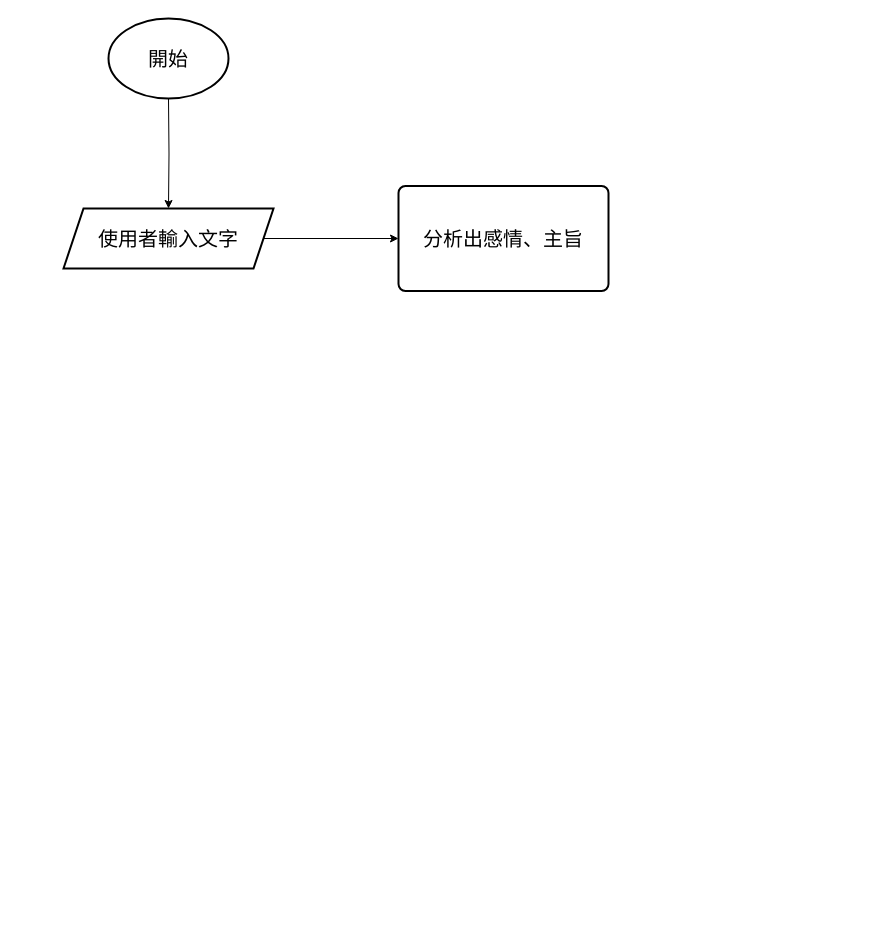
Above: 專案流程圖.drawio in storytellerplatform/storyteller_flowchart (draw.io), before the change. Source tidied: cells renumbered, new cells numbered last; positions are measured from the earlier drawing's top-left corner, leaving out a move shared by most shapes. Both pictures are drawn from the tidied source at 100%, with x=0, y=0 at pixel (63, 18).
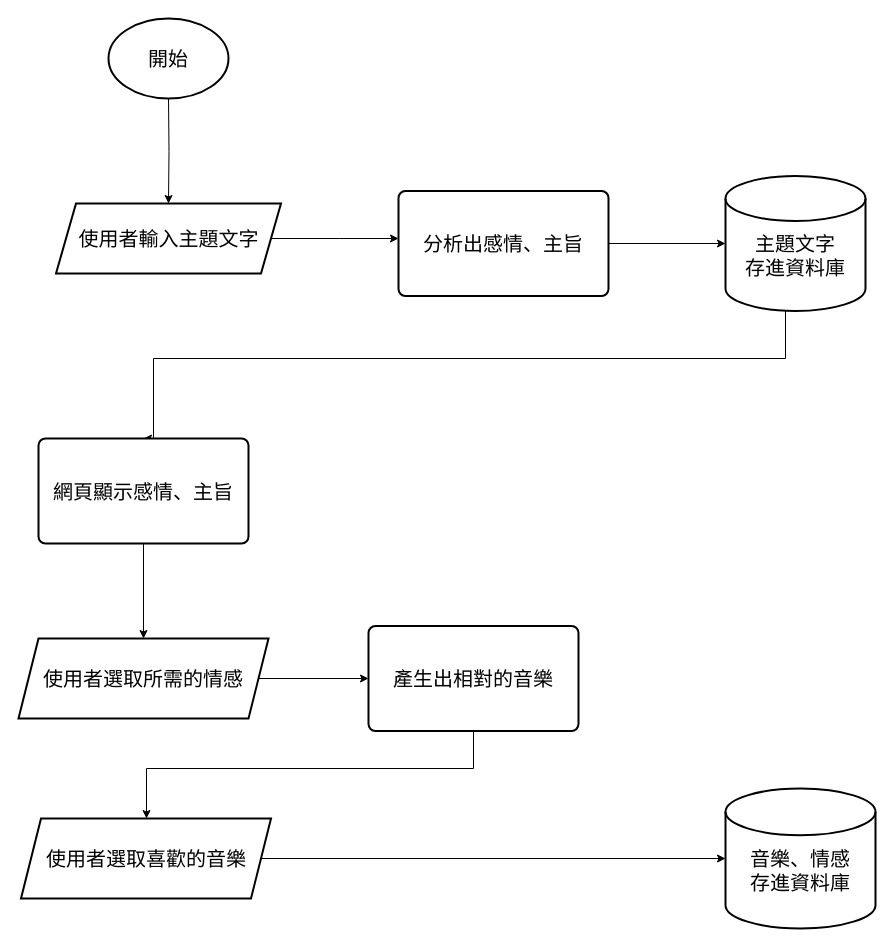
After the change.

Commit message:
更新專案流程圖.drawio

The edit, as a diff of the source:
```diff
@@
-    <mxCell id="4" value="&lt;font style=&quot;font-size: 20px;&quot;&gt;使用者輸入文字&lt;/font&gt;" style="shape=parallelogram;perimeter=parallelogramPerimeter;whiteSpace=wrap;html=1;fixedSize=1;strokeWidth=2;" parent="1" vertex="1">
-      <mxGeometry y="190" width="210" height="60" as="geometry" />
+    <mxCell id="4" value="&lt;font style=&quot;font-size: 20px;&quot;&gt;使用者輸入主題文字&lt;/font&gt;" style="shape=parallelogram;perimeter=parallelogramPerimeter;whiteSpace=wrap;html=1;fixedSize=1;strokeWidth=2;" parent="1" vertex="1">
+      <mxGeometry x="-7.5" y="185" width="225" height="70" as="geometry" />
     </mxCell>
+    <mxCell id="7" style="edgeStyle=orthogonalEdgeStyle;rounded=0;jettySize=auto;html=1;" parent="1" edge="1" source="5" target="9">
+      <mxGeometry relative="1" as="geometry" />
+    </mxCell>
     <mxCell id="5" value="&lt;font style=&quot;font-size: 20px;&quot;&gt;分析出感情、主旨&lt;br&gt;&lt;/font&gt;" style="rounded=1;whiteSpace=wrap;html=1;absoluteArcSize=1;arcSize=14;strokeWidth=2;" parent="1" vertex="1">
-      <mxGeometry x="335" y="167.5" width="210" height="105" as="geometry" />
+      <mxGeometry x="335" y="172.5" width="210" height="105" as="geometry" />
     </mxCell>
@@
+    <mxCell id="8" style="edgeStyle=orthogonalEdgeStyle;rounded=0;jettySize=auto;html=1;entryX=0.5;entryY=0;entryDx=0;entryDy=0;" parent="1" edge="1" source="9" target="11">
+      <mxGeometry relative="1" as="geometry">
+        <Array as="points">
+          <mxPoint x="722" y="340" />
+          <mxPoint x="90" y="340" />
+          <mxPoint x="90" y="420" />
+        </Array>
+      </mxGeometry>
+    </mxCell>
+    <mxCell id="9" value="&lt;font style=&quot;font-size: 20px;&quot;&gt;&lt;br&gt;主題文字&lt;br&gt;存進資料庫&lt;/font&gt;" style="strokeWidth=2;html=1;shape=mxgraph.flowchart.database;whiteSpace=wrap;" parent="1" vertex="1">
+      <mxGeometry x="662" y="157.5" width="140" height="135" as="geometry" />
+    </mxCell>
+    <mxCell id="10" style="edgeStyle=orthogonalEdgeStyle;rounded=0;jettySize=auto;html=1;" parent="1" edge="1" source="11" target="13">
+      <mxGeometry relative="1" as="geometry" />
+    </mxCell>
+    <mxCell id="11" value="&lt;font style=&quot;font-size: 20px;&quot;&gt;網頁顯示感情、主旨&lt;br&gt;&lt;/font&gt;" style="rounded=1;whiteSpace=wrap;html=1;absoluteArcSize=1;arcSize=14;strokeWidth=2;" parent="1" vertex="1">
+      <mxGeometry x="-25" y="420" width="210" height="105" as="geometry" />
+    </mxCell>
+    <mxCell id="12" style="edgeStyle=orthogonalEdgeStyle;rounded=0;jettySize=auto;html=1;" parent="1" edge="1" source="13" target="15">
+      <mxGeometry relative="1" as="geometry" />
+    </mxCell>
+    <mxCell id="13" value="&lt;font style=&quot;font-size: 20px;&quot;&gt;使用者選取所需的情感&lt;/font&gt;" style="shape=parallelogram;perimeter=parallelogramPerimeter;whiteSpace=wrap;html=1;fixedSize=1;strokeWidth=2;" parent="1" vertex="1">
+      <mxGeometry x="-45" y="620" width="250" height="80" as="geometry" />
+    </mxCell>
+    <mxCell id="14" style="edgeStyle=orthogonalEdgeStyle;rounded=0;jettySize=auto;html=1;" parent="1" edge="1" source="15" target="17">
+      <mxGeometry relative="1" as="geometry">
+        <Array as="points">
+          <mxPoint x="410" y="750" />
+          <mxPoint x="83" y="750" />
+        </Array>
+      </mxGeometry>
+    </mxCell>
+    <mxCell id="15" value="&lt;font style=&quot;font-size: 20px;&quot;&gt;產生出相對的音樂&lt;br&gt;&lt;/font&gt;" style="rounded=1;whiteSpace=wrap;html=1;absoluteArcSize=1;arcSize=14;strokeWidth=2;" parent="1" vertex="1">
+      <mxGeometry x="305" y="607.5" width="210" height="105" as="geometry" />
+    </mxCell>
+    <mxCell id="16" style="edgeStyle=orthogonalEdgeStyle;rounded=0;jettySize=auto;html=1;entryX=0;entryY=0.5;entryDx=0;entryDy=0;entryPerimeter=0;" parent="1" edge="1" source="17" target="18">
+      <mxGeometry relative="1" as="geometry" />
+    </mxCell>
+    <mxCell id="17" value="&lt;font style=&quot;font-size: 20px;&quot;&gt;使用者選取喜歡的音樂&lt;/font&gt;" style="shape=parallelogram;perimeter=parallelogramPerimeter;whiteSpace=wrap;html=1;fixedSize=1;strokeWidth=2;" parent="1" vertex="1">
+      <mxGeometry x="-42.5" y="800" width="250" height="80" as="geometry" />
+    </mxCell>
+    <mxCell id="18" value="&lt;font style=&quot;font-size: 20px;&quot;&gt;&lt;br&gt;音樂、情感&lt;br&gt;存進資料庫&lt;/font&gt;" style="strokeWidth=2;html=1;shape=mxgraph.flowchart.database;whiteSpace=wrap;" parent="1" vertex="1">
+      <mxGeometry x="662" y="770" width="150" height="140" as="geometry" />
+    </mxCell>
```
